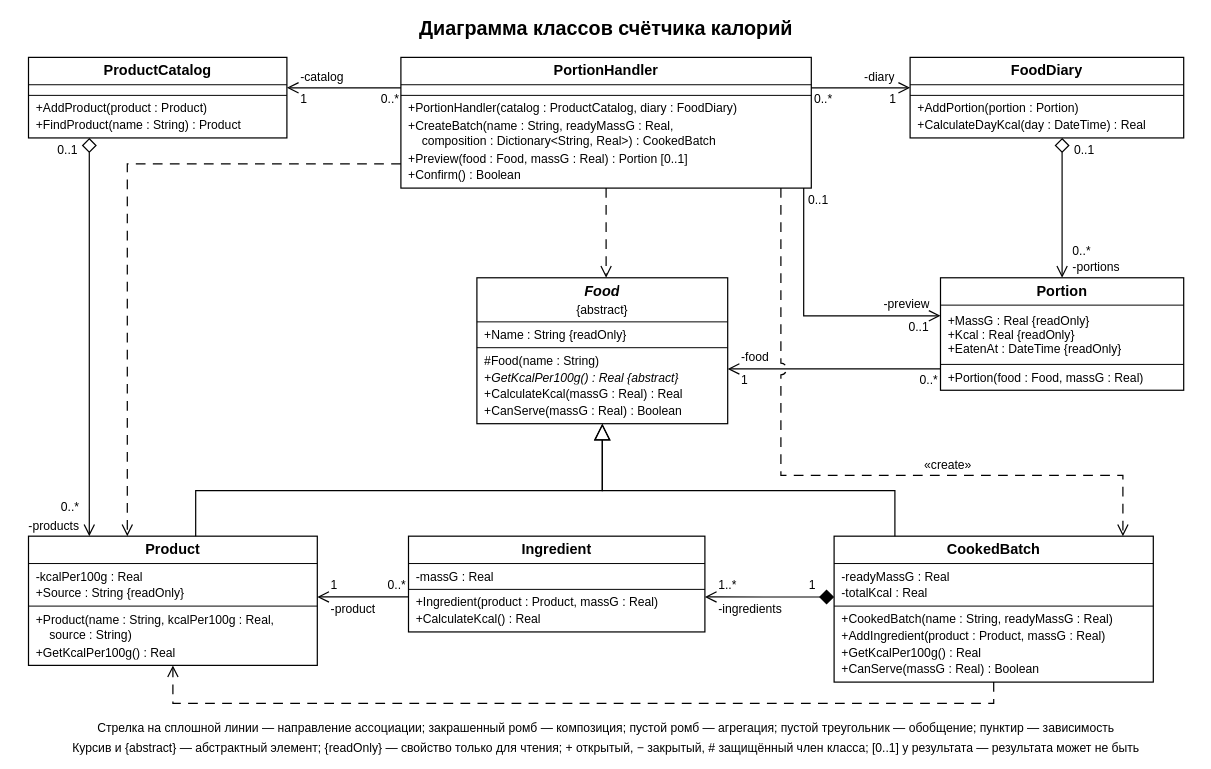
The draw.io diagram page "2.1 Диаграмма классов" (4 of 8) of Лабораторная 2/Счётчик калорий.drawio in Vvvv4a40/OOAP, before the edit. Source tidied: cells renumbered, new cells numbered last; positions are measured from the earlier drawing's top-left corner, leaving out a move shared by most shapes. Both pictures are drawn from the tidied source at 76%, with x=0, y=0 at pixel (13, 13).
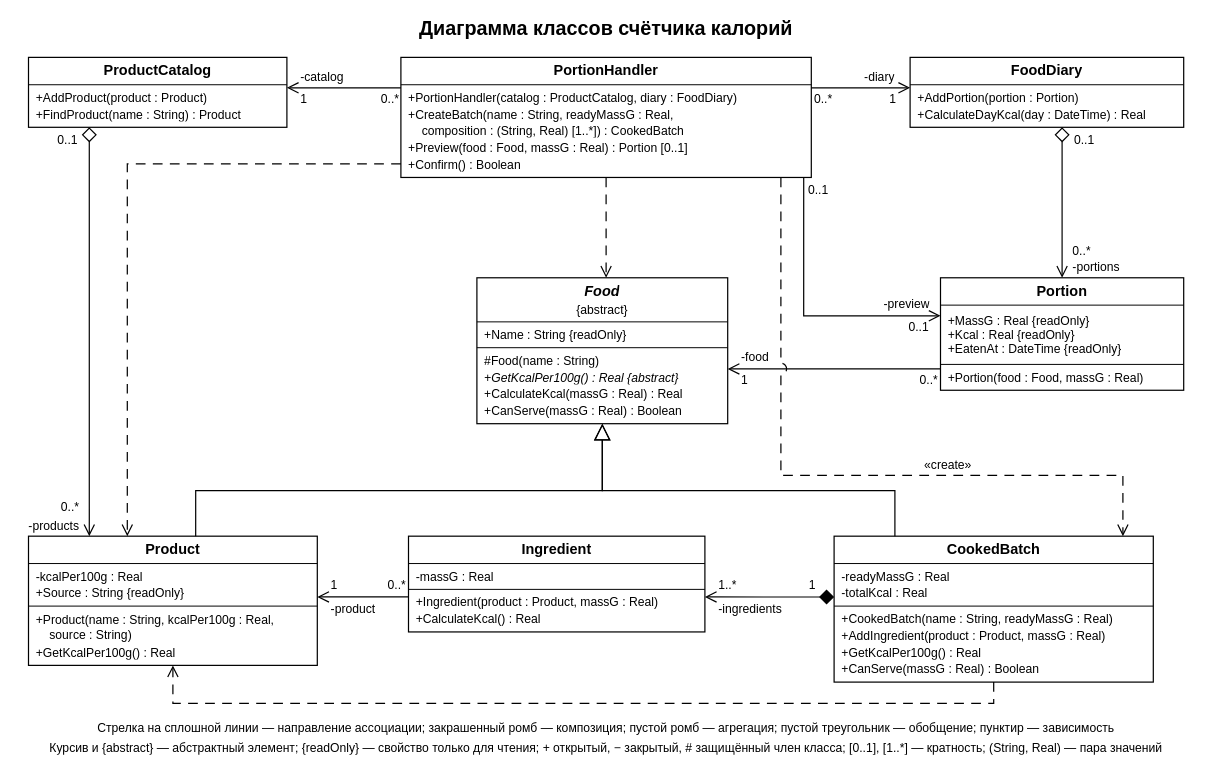
The same page after the edit.

Unchanged cells that the change refers to:
```xml
<mxCell id="39" style="html=0;whiteSpace=wrap;fillColor=#ffffff;strokeColor=#000000;strokeWidth=1.6;rounded=0;shape=rectangle;fontColor=#000000;fontFamily=Arial;" parent="1" vertex="1">
  <mxGeometry x="20" y="688" width="380" height="170" as="geometry" />
</mxCell>
```

Diff of the diagram source:
```diff
@@
     <mxCell id="3" style="html=0;whiteSpace=wrap;fillColor=#ffffff;strokeColor=#000000;strokeWidth=1.6;rounded=0;shape=rectangle;fontColor=#000000;fontFamily=Arial;" parent="1" vertex="1">
-      <mxGeometry x="20" y="58" width="340" height="106" as="geometry" />
+      <mxGeometry x="20" y="58" width="340" height="92" as="geometry" />
     </mxCell>
@@
-    <mxCell id="6" style="html=0;endArrow=none;strokeColor=#000000;strokeWidth=1.3;" parent="3" edge="1">
-      <mxGeometry relative="1" as="geometry">
-        <mxPoint y="50" as="sourcePoint" />
-        <mxPoint x="340" y="50" as="targetPoint" />
-      </mxGeometry>
-    </mxCell>
     <mxCell id="7" value="+AddProduct(product : Product)" style="text;html=0;whiteSpace=wrap;overflow=hidden;rounded=0;strokeColor=none;fillColor=none;fontColor=#000000;fontFamily=Arial;spacing=0;fontSize=16;fontStyle=0;align=left;verticalAlign=middle;" parent="3" vertex="1">
-      <mxGeometry x="10" y="56" width="320" height="22" as="geometry" />
+      <mxGeometry x="10" y="42" width="320" height="22" as="geometry" />
     </mxCell>
     <mxCell id="8" value="+FindProduct(name : String) : Product" style="text;html=0;whiteSpace=wrap;overflow=hidden;rounded=0;strokeColor=none;fillColor=none;fontColor=#000000;fontFamily=Arial;spacing=0;fontSize=16;fontStyle=0;align=left;verticalAlign=middle;" parent="3" vertex="1">
-      <mxGeometry x="10" y="78" width="320" height="22" as="geometry" />
+      <mxGeometry x="10" y="64" width="320" height="22" as="geometry" />
     </mxCell>
     <mxCell id="9" style="html=0;whiteSpace=wrap;fillColor=#ffffff;strokeColor=#000000;strokeWidth=1.6;rounded=0;shape=rectangle;fontColor=#000000;fontFamily=Arial;" parent="1" vertex="1">
-      <mxGeometry x="510" y="58" width="540" height="172" as="geometry" />
+      <mxGeometry x="510" y="58" width="540" height="158" as="geometry" />
     </mxCell>
@@
-    <mxCell id="12" style="html=0;endArrow=none;strokeColor=#000000;strokeWidth=1.3;" parent="9" edge="1">
-      <mxGeometry relative="1" as="geometry">
-        <mxPoint y="50" as="sourcePoint" />
-        <mxPoint x="540" y="50" as="targetPoint" />
-      </mxGeometry>
-    </mxCell>
     <mxCell id="13" value="+PortionHandler(catalog : ProductCatalog, diary : FoodDiary)" style="text;html=0;whiteSpace=wrap;overflow=hidden;rounded=0;strokeColor=none;fillColor=none;fontColor=#000000;fontFamily=Arial;spacing=0;fontSize=16;fontStyle=0;align=left;verticalAlign=middle;" parent="9" vertex="1">
-      <mxGeometry x="10" y="56" width="520" height="22" as="geometry" />
+      <mxGeometry x="10" y="42" width="520" height="22" as="geometry" />
     </mxCell>
-    <mxCell id="14" value="+CreateBatch(name : String, readyMassG : Real,&#10;    composition : Dictionary&lt;String, Real&gt;) : CookedBatch" style="text;html=0;whiteSpace=wrap;overflow=hidden;rounded=0;strokeColor=none;fillColor=none;fontColor=#000000;fontFamily=Arial;spacing=0;fontSize=16;fontStyle=0;align=left;verticalAlign=middle;" parent="9" vertex="1">
-      <mxGeometry x="10" y="78" width="520" height="44" as="geometry" />
+    <mxCell id="14" value="+CreateBatch(name : String, readyMassG : Real,&#10;    composition : (String, Real) [1..*]) : CookedBatch" style="text;html=0;whiteSpace=wrap;overflow=hidden;rounded=0;strokeColor=none;fillColor=none;fontColor=#000000;fontFamily=Arial;spacing=0;fontSize=16;fontStyle=0;align=left;verticalAlign=middle;" parent="9" vertex="1">
+      <mxGeometry x="10" y="64" width="520" height="44" as="geometry" />
     </mxCell>
     <mxCell id="15" value="+Preview(food : Food, massG : Real) : Portion [0..1]" style="text;html=0;whiteSpace=wrap;overflow=hidden;rounded=0;strokeColor=none;fillColor=none;fontColor=#000000;fontFamily=Arial;spacing=0;fontSize=16;fontStyle=0;align=left;verticalAlign=middle;" parent="9" vertex="1">
-      <mxGeometry x="10" y="122" width="520" height="22" as="geometry" />
+      <mxGeometry x="10" y="108" width="520" height="22" as="geometry" />
     </mxCell>
     <mxCell id="16" value="+Confirm() : Boolean" style="text;html=0;whiteSpace=wrap;overflow=hidden;rounded=0;strokeColor=none;fillColor=none;fontColor=#000000;fontFamily=Arial;spacing=0;fontSize=16;fontStyle=0;align=left;verticalAlign=middle;" parent="9" vertex="1">
-      <mxGeometry x="10" y="144" width="520" height="22" as="geometry" />
+      <mxGeometry x="10" y="130" width="520" height="22" as="geometry" />
     </mxCell>
     <mxCell id="17" style="html=0;whiteSpace=wrap;fillColor=#ffffff;strokeColor=#000000;strokeWidth=1.6;rounded=0;shape=rectangle;fontColor=#000000;fontFamily=Arial;" parent="1" vertex="1">
-      <mxGeometry x="1180" y="58" width="360" height="106" as="geometry" />
+      <mxGeometry x="1180" y="58" width="360" height="92" as="geometry" />
     </mxCell>
@@
-    <mxCell id="20" style="html=0;endArrow=none;strokeColor=#000000;strokeWidth=1.3;" parent="17" edge="1">
-      <mxGeometry relative="1" as="geometry">
-        <mxPoint y="50" as="sourcePoint" />
-        <mxPoint x="360" y="50" as="targetPoint" />
-      </mxGeometry>
-    </mxCell>
     <mxCell id="21" value="+AddPortion(portion : Portion)" style="text;html=0;whiteSpace=wrap;overflow=hidden;rounded=0;strokeColor=none;fillColor=none;fontColor=#000000;fontFamily=Arial;spacing=0;fontSize=16;fontStyle=0;align=left;verticalAlign=middle;" parent="17" vertex="1">
-      <mxGeometry x="10" y="56" width="340" height="22" as="geometry" />
+      <mxGeometry x="10" y="42" width="340" height="22" as="geometry" />
     </mxCell>
     <mxCell id="22" value="+CalculateDayKcal(day : DateTime) : Real" style="text;html=0;whiteSpace=wrap;overflow=hidden;rounded=0;strokeColor=none;fillColor=none;fontColor=#000000;fontFamily=Arial;spacing=0;fontSize=16;fontStyle=0;align=left;verticalAlign=middle;" parent="17" vertex="1">
-      <mxGeometry x="10" y="78" width="340" height="22" as="geometry" />
+      <mxGeometry x="10" y="64" width="340" height="22" as="geometry" />
     </mxCell>
@@
-    <mxCell id="62" style="edgeStyle=none;html=0;rounded=0;strokeColor=#000000;strokeWidth=1.6;fontFamily=Arial;endArrow=open;endFill=0;endSize=12;exitX=0.0000;exitY=0.2326;exitPerimeter=0;entryX=1.0000;entryY=0.3774;entryPerimeter=0;" parent="1" edge="1" source="9" target="3">
+    <mxCell id="62" style="edgeStyle=none;html=0;rounded=0;strokeColor=#000000;strokeWidth=1.6;fontFamily=Arial;endArrow=open;endFill=0;endSize=12;exitX=0.0000;exitY=0.2532;exitPerimeter=0;entryX=1.0000;entryY=0.4348;entryPerimeter=0;" parent="1" edge="1" source="9" target="3">
       <mxGeometry relative="1" as="geometry" />
     </mxCell>
-    <mxCell id="63" style="edgeStyle=none;html=0;rounded=0;strokeColor=#000000;strokeWidth=1.6;fontFamily=Arial;endArrow=open;endFill=0;endSize=12;exitX=1.0000;exitY=0.2326;exitPerimeter=0;entryX=0.0000;entryY=0.3774;entryPerimeter=0;" parent="1" edge="1" source="9" target="17">
+    <mxCell id="63" style="edgeStyle=none;html=0;rounded=0;strokeColor=#000000;strokeWidth=1.6;fontFamily=Arial;endArrow=open;endFill=0;endSize=12;exitX=1.0000;exitY=0.2532;exitPerimeter=0;entryX=0.0000;entryY=0.4348;entryPerimeter=0;" parent="1" edge="1" source="9" target="17">
       <mxGeometry relative="1" as="geometry" />
     </mxCell>
@@
-    <mxCell id="67" style="edgeStyle=none;html=0;rounded=0;strokeColor=#000000;strokeWidth=1.6;fontFamily=Arial;dashed=1;dashPattern=8 6;endArrow=open;endFill=0;endSize=12;exitX=0.0000;exitY=0.8140;exitPerimeter=0;entryX=0.3421;entryY=0.0000;entryPerimeter=0;" parent="1" edge="1" source="9" target="39">
+    <mxCell id="67" style="edgeStyle=none;html=0;rounded=0;strokeColor=#000000;strokeWidth=1.6;fontFamily=Arial;dashed=1;dashPattern=8 6;endArrow=open;endFill=0;endSize=12;exitX=0.0000;exitY=0.8861;exitPerimeter=0;entryX=0.3421;entryY=0.0000;entryPerimeter=0;" parent="1" edge="1" source="9" target="39">
       <mxGeometry relative="1" as="geometry">
         <Array as="points">
           <mxPoint x="150" y="198" />
         </Array>
       </mxGeometry>
     </mxCell>
@@
     <mxCell id="84" value="0..1" style="text;html=0;whiteSpace=wrap;overflow=hidden;rounded=0;strokeColor=none;fillColor=none;fontColor=#000000;fontFamily=Arial;spacing=0;fontSize=16;fontStyle=0;align=left;verticalAlign=middle;" parent="1" vertex="1">
-      <mxGeometry x="1046" y="234" width="45" height="24" as="geometry" />
+      <mxGeometry x="1046" y="220" width="45" height="24" as="geometry" />
     </mxCell>
@@
     <mxCell id="88" value="0..1" style="text;html=0;whiteSpace=wrap;overflow=hidden;rounded=0;strokeColor=none;fillColor=none;fontColor=#000000;fontFamily=Arial;spacing=0;fontSize=16;fontStyle=0;align=right;verticalAlign=middle;" parent="1" vertex="1">
-      <mxGeometry x="40" y="168" width="45" height="24" as="geometry" />
+      <mxGeometry x="40" y="154" width="45" height="24" as="geometry" />
     </mxCell>
@@
     <mxCell id="91" value="0..1" style="text;html=0;whiteSpace=wrap;overflow=hidden;rounded=0;strokeColor=none;fillColor=none;fontColor=#000000;fontFamily=Arial;spacing=0;fontSize=16;fontStyle=0;align=left;verticalAlign=middle;" parent="1" vertex="1">
-      <mxGeometry x="1396" y="168" width="45" height="24" as="geometry" />
+      <mxGeometry x="1396" y="154" width="45" height="24" as="geometry" />
     </mxCell>
@@
-    <mxCell id="102" value="Курсив и {abstract} — абстрактный элемент; {readOnly} — свойство только для чтения; + открытый, − закрытый, # защищённый член класса; [0..1] у результата — результата может не быть" style="text;html=0;whiteSpace=wrap;overflow=hidden;rounded=0;strokeColor=none;fillColor=none;fontColor=#000000;fontFamily=Arial;spacing=0;fontSize=16;fontStyle=0;align=center;verticalAlign=middle;" parent="1" vertex="1">
+    <mxCell id="102" value="Курсив и {abstract} — абстрактный элемент; {readOnly} — свойство только для чтения; + открытый, − закрытый, # защищённый член класса; [0..1], [1..*] — кратность; (String, Real) — пара значений" style="text;html=0;whiteSpace=wrap;overflow=hidden;rounded=0;strokeColor=none;fillColor=none;fontColor=#000000;fontFamily=Arial;spacing=0;fontSize=16;fontStyle=0;align=center;verticalAlign=middle;" parent="1" vertex="1">
       <mxGeometry y="954" width="1560" height="24" as="geometry" />
     </mxCell>
```
